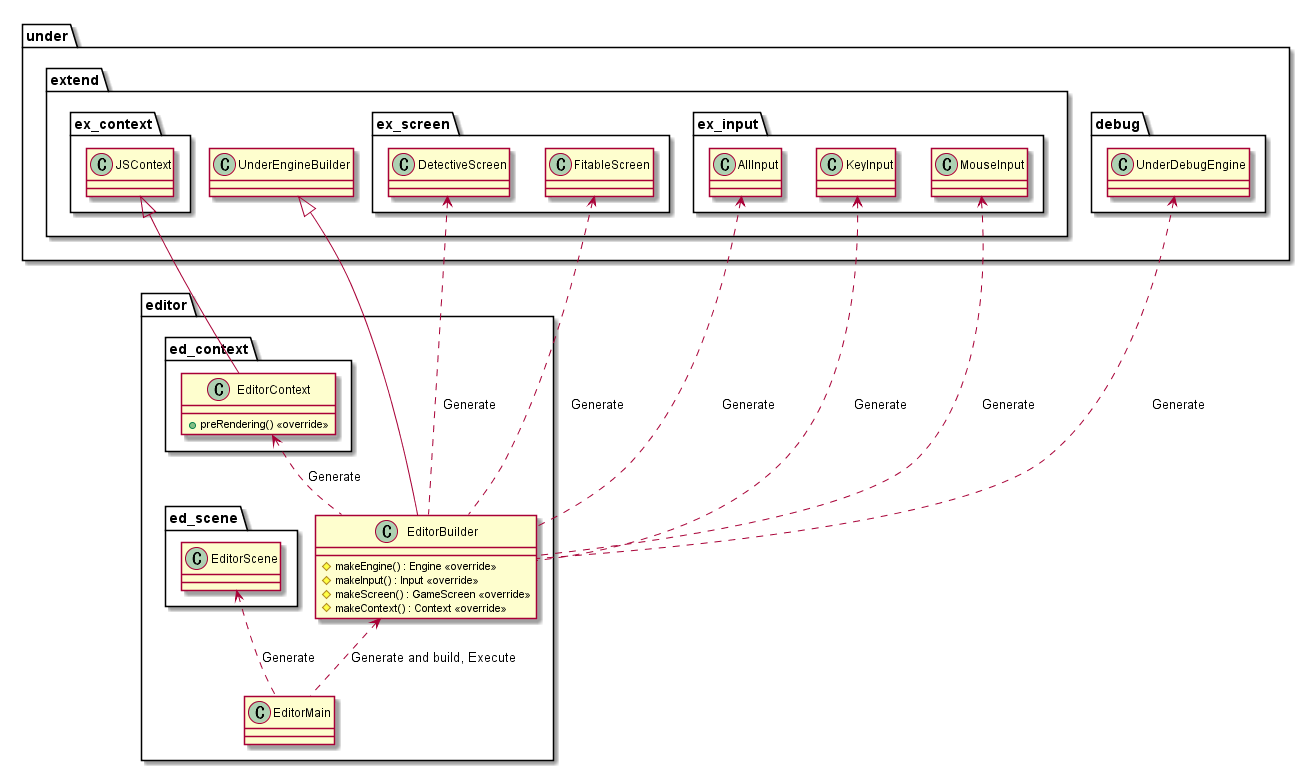
The PlantUML diagram out/uml/editor/GameBase/EditorGameBase.png in Expine/Under, before a commit.
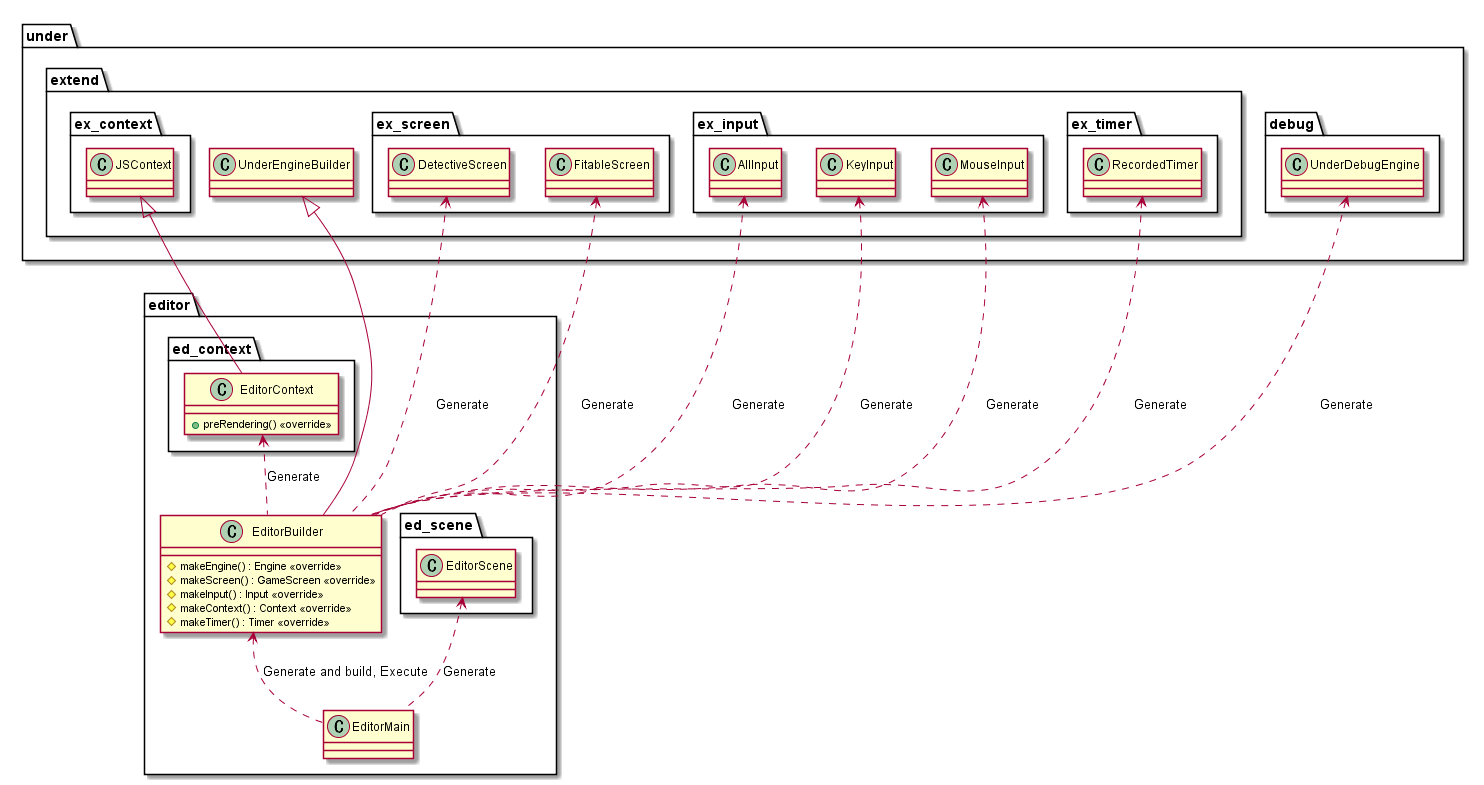
After the commit.

The edit, as a diff of the source:
```diff
@@ -4,9 +4,10 @@
     class EditorMain
     class EditorBuilder {
         #makeEngine() : Engine <<override>>
+        #makeScreen() : GameScreen <<override>>
         #makeInput() : Input <<override>>
-        #makeScreen() : GameScreen <<override>>
         #makeContext() : Context <<override>>
+        #makeTimer() : Timer <<override>>
     }
 
     package ed_context {
@@ -31,6 +32,9 @@
             class KeyInput
             class MouseInput
         }
+        package ex_timer {
+            class RecordedTimer
+        }
     }
     package debug {
         class UnderDebugEngine
@@ -45,6 +49,7 @@
 
 EditorBuilder <.. EditorMain : Generate and build, Execute
 EditorScene <.. EditorMain : Generate
+
 UnderDebugEngine <.. EditorBuilder : Generate
 DetectiveScreen <.. EditorBuilder : Generate
 FitableScreen <.. EditorBuilder : Generate
@@ -52,6 +57,7 @@
 AllInput <.. EditorBuilder : Generate
 KeyInput <.. EditorBuilder : Generate
 MouseInput <.. EditorBuilder : Generate
+RecordedTimer <.. EditorBuilder : Generate
 
 UnderEngineBuilder <|--- EditorBuilder
 JSContext <|-- EditorContext
```
